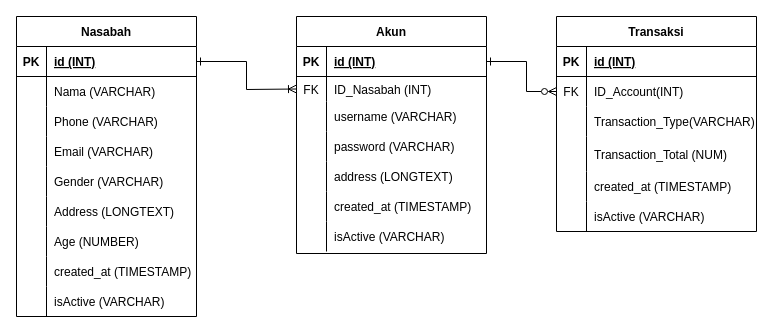
Before: ERD for bank.drawio in Mamanggans/DB_bankFadhiil, a draw.io diagram. Source tidied: cells renumbered, new cells numbered last; positions are measured from the earlier drawing's top-left corner, leaving out a move shared by most shapes. Both pictures are drawn from the tidied source at 100%, with x=0, y=0 at pixel (16, 16).
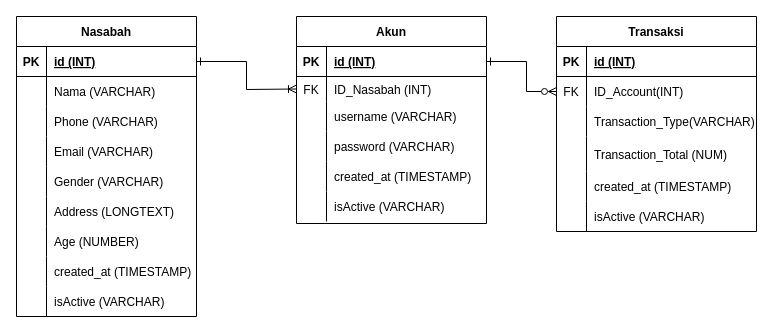
The same diagram, later.

Diff of the diagram source:
```diff
@@
     <mxCell id="49" value="Akun" style="shape=table;startSize=30;childLayout=tableLayout;rowLines=0;fontStyle=1;align=center;" parent="1" vertex="1">
-      <mxGeometry x="280" width="190" height="237" as="geometry" />
+      <mxGeometry x="280" width="190" height="207" as="geometry" />
     </mxCell>
@@
-    <mxCell id="62" style="shape=tableRow;horizontal=0;startSize=0;swimlaneHead=0;swimlaneBody=0;fillColor=none;top=0;left=0;right=0;bottom=0;" parent="49" vertex="1">
-      <mxGeometry y="145" width="190" height="30" as="geometry" />
-    </mxCell>
-    <mxCell id="63" style="shape=partialRectangle;fillColor=none;top=0;left=0;bottom=0;right=0;overflow=hidden;" parent="62" vertex="1">
-      <mxGeometry width="30" height="30" as="geometry" />
-    </mxCell>
-    <mxCell id="64" value="address (LONGTEXT)" style="shape=partialRectangle;fillColor=none;top=0;left=0;bottom=0;right=0;align=left;spacingLeft=6;overflow=hidden;" parent="62" vertex="1">
-      <mxGeometry x="30" width="160" height="30" as="geometry" />
-    </mxCell>
     <mxCell id="65" style="shape=tableRow;horizontal=0;startSize=0;swimlaneHead=0;swimlaneBody=0;fillColor=none;top=0;left=0;right=0;bottom=0;" parent="49" vertex="1">
-      <mxGeometry y="175" width="190" height="30" as="geometry" />
+      <mxGeometry y="145" width="190" height="30" as="geometry" />
     </mxCell>
@@
     <mxCell id="68" style="shape=tableRow;horizontal=0;startSize=0;swimlaneHead=0;swimlaneBody=0;fillColor=none;top=0;left=0;right=0;bottom=0;" parent="49" vertex="1">
-      <mxGeometry y="205" width="190" height="30" as="geometry" />
+      <mxGeometry y="175" width="190" height="30" as="geometry" />
     </mxCell>
```
